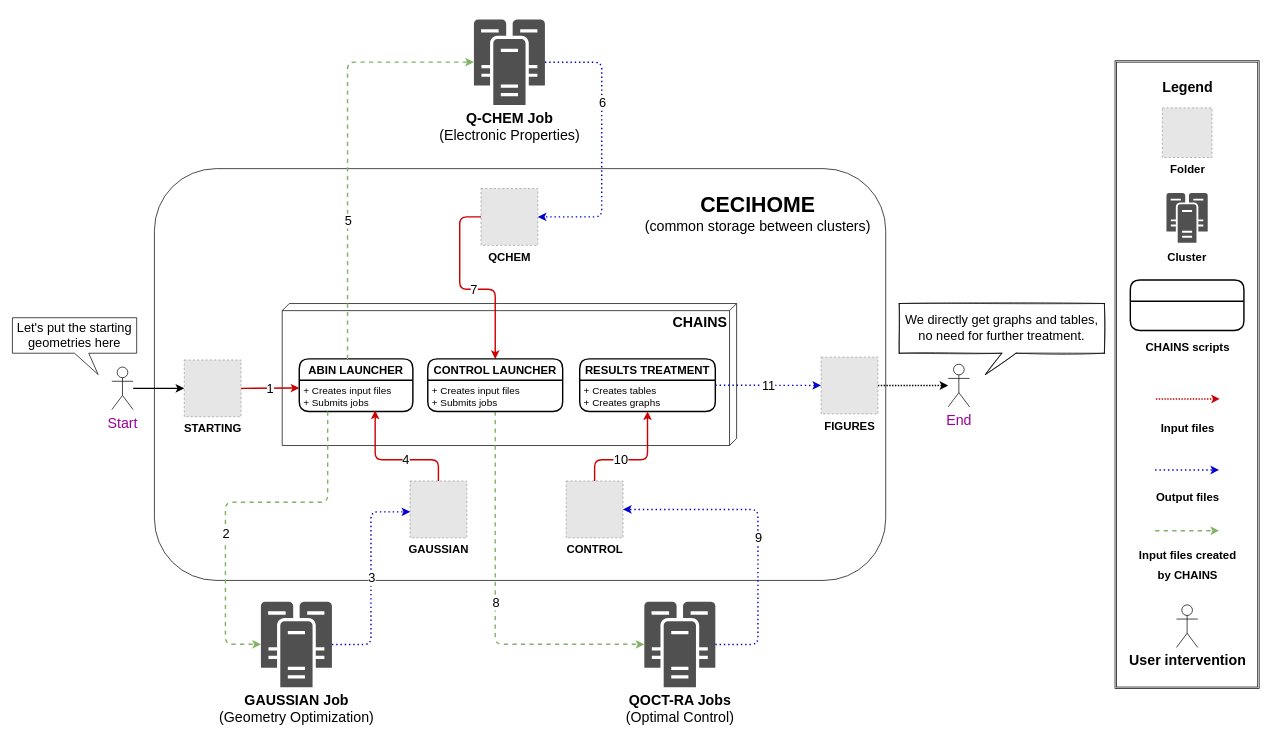
The draw.io diagram docs/source/figures/workflow.drawio in niacobel/CHAINS, before the edit. Source tidied: cells renumbered, new cells numbered last; positions are measured from the earlier drawing's top-left corner, leaving out a move shared by most shapes. Both pictures are drawn from the tidied source at 71%, with x=0, y=0 at pixel (12, 19). Pictures stored in the file or linked from it are replaced by grey dashed boxes.
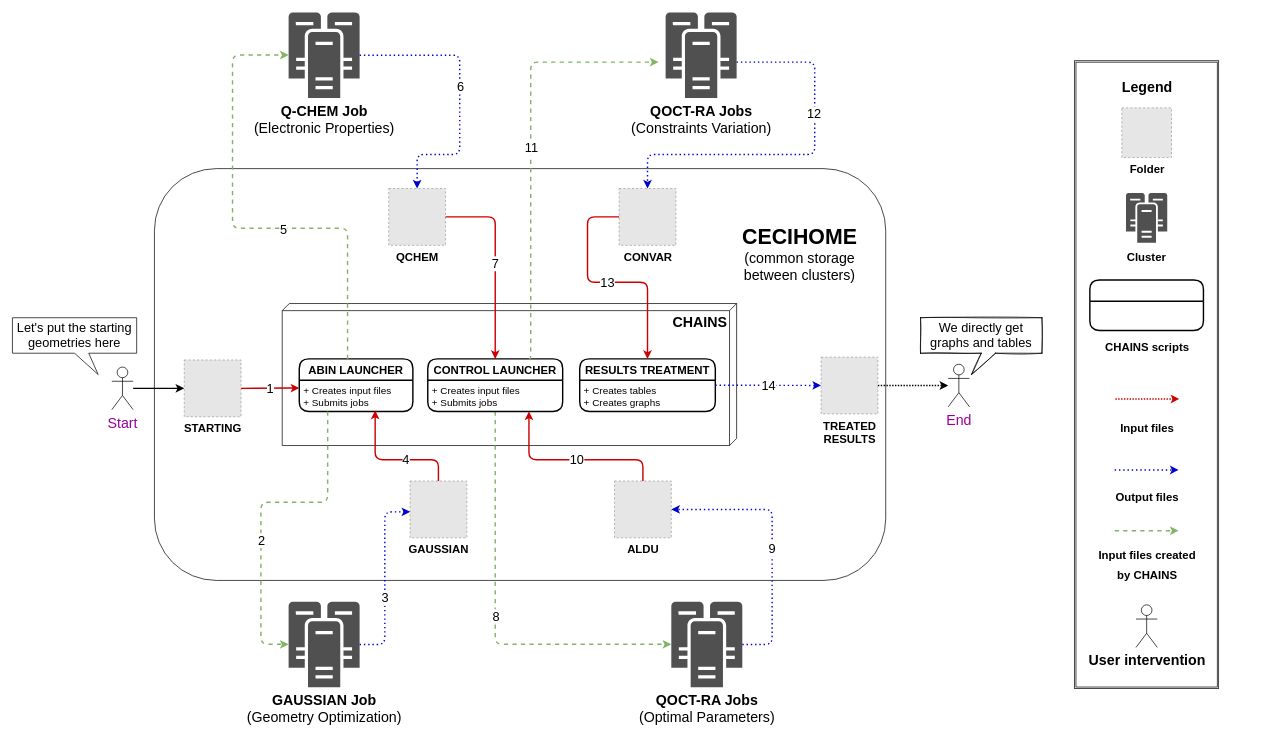
Above is the later version.

Commit message (it also covers changes not shown here):
Updated workflow diagram

The change refers to these unchanged cells:
```xml
<mxCell id="15" value="ABIN LAUNCHER" style="swimlane;horizontal=1;startSize=30;fontSize=16;fontStyle=1;strokeWidth=2;shadow=0;dashed=0;align=center;rounded=1;" parent="1" vertex="1">
  <mxGeometry x="404" y="478" width="160" height="74" as="geometry" />
</mxCell>
<mxCell id="16" value="+ Creates input files&#10;+ Submits jobs" style="align=left;strokeColor=none;fillColor=none;spacingLeft=4;fontSize=14;verticalAlign=top;rounded=1;" parent="15" vertex="1">
  <mxGeometry y="30" width="160" height="44" as="geometry" />
</mxCell>
<mxCell id="17" value="RESULTS TREATMENT" style="swimlane;horizontal=1;startSize=30;fontSize=16;fontStyle=1;strokeWidth=2;shadow=0;dashed=0;align=center;rounded=1;" parent="1" vertex="1">
  <mxGeometry x="799" y="478" width="191" height="74" as="geometry" />
</mxCell>
<mxCell id="18" value="+ Creates tables&#10;+ Creates graphs" style="align=left;strokeColor=none;fillColor=none;spacingLeft=4;fontSize=14;verticalAlign=top;rounded=1;" parent="17" vertex="1">
  <mxGeometry y="30" width="191" height="44" as="geometry" />
</mxCell>
<mxCell id="24" style="endArrow=classic;html=1;fontSize=20;jumpStyle=none;entryX=0.003;entryY=0.543;entryDx=0;entryDy=0;entryPerimeter=0;edgeStyle=orthogonalEdgeStyle;strokeColor=#0000CC;dashed=1;dashPattern=1 2;strokeWidth=2;" parent="1" edge="1" source="9" target="5">
  <mxGeometry relative="1" as="geometry" />
</mxCell>
<mxCell id="36" style="endArrow=classic;html=1;fontSize=20;exitX=1;exitY=0.5;exitDx=0;exitDy=0;strokeColor=#0000CC;dashed=1;dashPattern=1 2;strokeWidth=2;" parent="1" edge="1" source="17" target="8">
  <mxGeometry relative="1" as="geometry" />
</mxCell>
<mxCell id="41" value="CONTROL LAUNCHER" style="swimlane;horizontal=1;startSize=30;fontSize=16;fontStyle=1;strokeWidth=2;shadow=0;dashed=0;align=center;rounded=1;" parent="1" vertex="1">
  <mxGeometry x="585" y="478" width="190" height="74" as="geometry" />
</mxCell>
```

Change to the diagram source:
```diff
@@
     <mxCell id="6" value="QCHEM" style="fillColor=#E6E6E6;strokeColor=#999999;dashed=1;html=1;verticalAlign=top;verticalLabelPosition=bottom;labelBackgroundColor=#ffffff;fontSize=16;fontStyle=1;" parent="1" vertex="1">
-      <mxGeometry x="660" y="238" width="80" height="80" as="geometry" />
+      <mxGeometry x="530" y="238" width="80" height="80" as="geometry" />
     </mxCell>
-    <mxCell id="7" value="&lt;div&gt;CONTROL&lt;/div&gt;" style="fillColor=#E6E6E6;strokeColor=#999999;dashed=1;html=1;verticalAlign=top;verticalLabelPosition=bottom;labelBackgroundColor=#ffffff;fontSize=16;fontStyle=1;" parent="1" vertex="1">
-      <mxGeometry x="780" y="650" width="80" height="80" as="geometry" />
+    <mxCell id="7" value="ALDU" style="fillColor=#E6E6E6;strokeColor=#999999;dashed=1;html=1;verticalAlign=top;verticalLabelPosition=bottom;labelBackgroundColor=#ffffff;fontSize=16;fontStyle=1;" parent="1" vertex="1">
+      <mxGeometry x="848" y="650" width="80" height="80" as="geometry" />
     </mxCell>
-    <mxCell id="8" value="FIGURES" style="fillColor=#E6E6E6;strokeColor=#999999;dashed=1;html=1;verticalAlign=top;verticalLabelPosition=bottom;labelBackgroundColor=#ffffff;fontSize=16;fontStyle=1;" parent="1" vertex="1">
+    <mxCell id="8" value="TREATED&lt;br&gt;RESULTS" style="fillColor=#E6E6E6;strokeColor=#999999;dashed=1;html=1;verticalAlign=top;verticalLabelPosition=bottom;labelBackgroundColor=#ffffff;fontSize=16;fontStyle=1;" parent="1" vertex="1">
       <mxGeometry x="1139" y="475.5" width="80" height="80" as="geometry" />
     </mxCell>
     <mxCell id="9" value="&lt;b&gt;GAUSSIAN Job&lt;/b&gt; &lt;br&gt;(Geometry Optimization)" style="shadow=0;dashed=0;html=1;strokeColor=none;fillColor=#505050;labelPosition=center;verticalLabelPosition=bottom;verticalAlign=top;outlineConnect=0;align=center;shape=mxgraph.office.servers.cluster_server;fontSize=20;rounded=1;" parent="1" vertex="1">
-      <mxGeometry x="350" y="820" width="100" height="120.4" as="geometry" />
+      <mxGeometry x="389" y="820" width="100" height="120.4" as="geometry" />
     </mxCell>
     <mxCell id="10" value="&lt;b&gt;Q-CHEM Job&lt;/b&gt; &lt;br&gt;&lt;div&gt;(Electronic Properties)&lt;/div&gt;" style="shadow=0;dashed=0;html=1;strokeColor=none;fillColor=#505050;labelPosition=center;verticalLabelPosition=bottom;verticalAlign=top;outlineConnect=0;align=center;shape=mxgraph.office.servers.cluster_server;fontSize=20;rounded=1;" parent="1" vertex="1">
-      <mxGeometry x="650" width="100" height="120.4" as="geometry" />
+      <mxGeometry x="389" y="-10" width="100" height="120.4" as="geometry" />
     </mxCell>
-    <mxCell id="11" value="&lt;b&gt;QOCT-RA Jobs&lt;/b&gt; &lt;br&gt;(Optimal Control)" style="shadow=0;dashed=0;html=1;strokeColor=none;fillColor=#505050;labelPosition=center;verticalLabelPosition=bottom;verticalAlign=top;outlineConnect=0;align=center;shape=mxgraph.office.servers.cluster_server;fontSize=20;rounded=1;" parent="1" vertex="1">
-      <mxGeometry x="890" y="820" width="100" height="120.4" as="geometry" />
+    <mxCell id="11" value="&lt;b&gt;QOCT-RA Jobs&lt;/b&gt; &lt;br&gt;(Optimal Parameters)" style="shadow=0;dashed=0;html=1;strokeColor=none;fillColor=#505050;labelPosition=center;verticalLabelPosition=bottom;verticalAlign=top;outlineConnect=0;align=center;shape=mxgraph.office.servers.cluster_server;fontSize=20;rounded=1;" parent="1" vertex="1">
+      <mxGeometry x="928" y="820" width="100" height="120.4" as="geometry" />
     </mxCell>
-    <mxCell id="12" value="&lt;font style=&quot;font-size: 30px&quot;&gt;&lt;b&gt;CECIHOME&lt;/b&gt;&lt;/font&gt;&lt;br&gt;(common storage between clusters)" style="text;html=1;strokeColor=none;fillColor=none;align=center;verticalAlign=middle;whiteSpace=wrap;fontSize=20;rounded=1;" parent="1" vertex="1">
-      <mxGeometry x="870" y="238" width="360" height="70" as="geometry" />
+    <mxCell id="12" value="&lt;font style=&quot;font-size: 30px&quot;&gt;&lt;b&gt;CECIHOME&lt;/b&gt;&lt;/font&gt;&lt;br&gt;&lt;div&gt;(common storage &lt;br&gt;&lt;/div&gt;&lt;div&gt;between clusters)&lt;/div&gt;" style="text;html=1;strokeColor=none;fillColor=none;align=center;verticalAlign=middle;whiteSpace=wrap;fontSize=20;rounded=1;" parent="1" vertex="1">
+      <mxGeometry x="999" y="270" width="220" height="118" as="geometry" />
     </mxCell>
@@
     <mxCell id="22" style="endArrow=classic;html=1;fontSize=20;jumpStyle=none;edgeStyle=orthogonalEdgeStyle;strokeColor=#82b366;dashed=1;exitX=0.25;exitY=1;exitDx=0;exitDy=0;fillColor=#d5e8d4;strokeWidth=2;" parent="1" edge="1" source="16" target="9">
       <mxGeometry relative="1" as="geometry">
         <Array as="points">
           <mxPoint x="444" y="680" />
-          <mxPoint x="300" y="680" />
-          <mxPoint x="300" y="880" />
+          <mxPoint x="350" y="680" />
+          <mxPoint x="350" y="880" />
         </Array>
       </mxGeometry>
     </mxCell>
     <mxCell id="23" value="2" style="edgeLabel;html=1;align=center;verticalAlign=middle;fontSize=18;rounded=1;" parent="22" vertex="1">
       <mxGeometry relative="1" as="geometry">
-        <mxPoint x="-11" y="44" as="offset" />
+        <mxPoint y="44" as="offset" />
       </mxGeometry>
     </mxCell>
@@
     <mxCell id="25" value="3" style="edgeLabel;html=1;align=center;verticalAlign=middle;fontSize=18;rounded=1;" parent="24" vertex="1">
-      <mxGeometry relative="1" as="geometry" />
+      <mxGeometry relative="1" as="geometry">
+        <mxPoint y="28" as="offset" />
+      </mxGeometry>
     </mxCell>
@@
-    <mxCell id="28" style="endArrow=classic;html=1;fontSize=20;entryX=0.5;entryY=0;entryDx=0;entryDy=0;exitX=0;exitY=0.5;exitDx=0;exitDy=0;edgeStyle=orthogonalEdgeStyle;strokeColor=#CC0000;strokeWidth=2;" parent="1" edge="1" source="6" target="41">
+    <mxCell id="28" style="endArrow=classic;html=1;fontSize=20;entryX=0.5;entryY=0;entryDx=0;entryDy=0;edgeStyle=orthogonalEdgeStyle;strokeColor=#CC0000;strokeWidth=2;" parent="1" edge="1" target="41">
       <mxGeometry relative="1" as="geometry">
+        <mxPoint x="610" y="278" as="sourcePoint" />
         <Array as="points">
-          <mxPoint x="630" y="278" />
-          <mxPoint x="630" y="380" />
-          <mxPoint x="680" y="380" />
+          <mxPoint x="680" y="278" />
         </Array>
       </mxGeometry>
     </mxCell>
     <mxCell id="29" value="7" style="edgeLabel;html=1;align=center;verticalAlign=middle;fontSize=18;rounded=1;" parent="28" vertex="1">
       <mxGeometry relative="1" as="geometry">
-        <mxPoint x="11" as="offset" />
+        <mxPoint x="-1" as="offset" />
       </mxGeometry>
     </mxCell>
@@
     <mxCell id="32" style="endArrow=classic;html=1;fontSize=20;entryX=1;entryY=0.5;entryDx=0;entryDy=0;edgeStyle=orthogonalEdgeStyle;strokeColor=#0000CC;dashed=1;dashPattern=1 2;strokeWidth=2;" parent="1" edge="1" source="11" target="7">
       <mxGeometry relative="1" as="geometry">
         <Array as="points">
-          <mxPoint x="1050" y="880" />
-          <mxPoint x="1050" y="690" />
+          <mxPoint x="1070" y="880" />
+          <mxPoint x="1070" y="690" />
         </Array>
       </mxGeometry>
     </mxCell>
     <mxCell id="33" value="9" style="edgeLabel;html=1;align=center;verticalAlign=middle;fontSize=18;rounded=1;" parent="32" vertex="1">
       <mxGeometry relative="1" as="geometry">
-        <mxPoint y="9.8" as="offset" />
+        <mxPoint x="-1" y="10" as="offset" />
       </mxGeometry>
     </mxCell>
-    <mxCell id="34" style="endArrow=classic;html=1;fontSize=20;jumpStyle=none;edgeStyle=orthogonalEdgeStyle;strokeColor=#CC0000;entryX=0.5;entryY=1;entryDx=0;entryDy=0;strokeWidth=2;" parent="1" edge="1" source="7" target="18">
+    <mxCell id="34" style="endArrow=classic;html=1;fontSize=20;jumpStyle=none;edgeStyle=orthogonalEdgeStyle;strokeColor=#CC0000;strokeWidth=2;entryX=0.75;entryY=1;entryDx=0;entryDy=0;" parent="1" edge="1" source="7" target="41">
       <mxGeometry relative="1" as="geometry">
         <Array as="points">
           <mxPoint x="820" y="620" />
-          <mxPoint x="895" y="620" />
+          <mxPoint x="728" y="620" />
+          <mxPoint x="728" y="590" />
         </Array>
       </mxGeometry>
     </mxCell>
     <mxCell id="35" value="10" style="edgeLabel;html=1;align=center;verticalAlign=middle;fontSize=18;rounded=1;" parent="34" vertex="1">
       <mxGeometry relative="1" as="geometry">
-        <mxPoint x="-20" as="offset" />
+        <mxPoint x="5" as="offset" />
       </mxGeometry>
     </mxCell>
@@
-    <mxCell id="37" value="11" style="edgeLabel;html=1;align=center;verticalAlign=middle;fontSize=18;rounded=1;" parent="36" vertex="1">
+    <mxCell id="37" value="14" style="edgeLabel;html=1;align=center;verticalAlign=middle;fontSize=18;rounded=1;" parent="36" vertex="1">
       <mxGeometry relative="1" as="geometry" />
     </mxCell>
@@
     <mxCell id="39" style="endArrow=classic;html=1;fontSize=20;jumpStyle=none;exitX=0.425;exitY=0;exitDx=0;exitDy=0;edgeStyle=orthogonalEdgeStyle;strokeColor=#82b366;dashed=1;exitPerimeter=0;fillColor=#d5e8d4;strokeWidth=2;" parent="1" edge="1" source="15" target="10">
       <mxGeometry relative="1" as="geometry">
         <Array as="points">
-          <mxPoint x="472" y="60" />
+          <mxPoint x="472" y="294" />
+          <mxPoint x="310" y="294" />
+          <mxPoint x="310" y="50" />
         </Array>
       </mxGeometry>
     </mxCell>
     <mxCell id="40" value="5" style="edgeLabel;html=1;align=center;verticalAlign=middle;fontSize=18;rounded=1;" parent="39" vertex="1">
       <mxGeometry relative="1" as="geometry">
-        <mxPoint y="103" as="offset" />
+        <mxPoint x="60" y="2" as="offset" />
       </mxGeometry>
     </mxCell>
@@
-    <mxCell id="44" value="We directly get graphs and tables, no need for further treatment." style="shape=callout;whiteSpace=wrap;html=1;perimeter=calloutPerimeter;fontSize=18;align=center;position2=0.42;sketch=1;" parent="1" vertex="1">
-      <mxGeometry x="1249" y="400" width="289" height="100" as="geometry" />
+    <mxCell id="44" value="We directly get graphs and tables" style="shape=callout;whiteSpace=wrap;html=1;perimeter=calloutPerimeter;fontSize=18;align=center;position2=0.42;sketch=1;" parent="1" vertex="1">
+      <mxGeometry x="1279" y="420" width="171" height="80" as="geometry" />
     </mxCell>
-    <mxCell id="45" style="endArrow=classic;html=1;fontSize=20;edgeStyle=orthogonalEdgeStyle;entryX=1;entryY=0.5;entryDx=0;entryDy=0;strokeColor=#0000CC;dashed=1;dashPattern=1 2;strokeWidth=2;" parent="1" edge="1" source="10" target="6">
+    <mxCell id="45" style="endArrow=classic;html=1;fontSize=20;edgeStyle=orthogonalEdgeStyle;entryX=0.5;entryY=0;entryDx=0;entryDy=0;strokeColor=#0000CC;dashed=1;dashPattern=1 2;strokeWidth=2;" parent="1" edge="1" source="10" target="6">
       <mxGeometry relative="1" as="geometry">
         <Array as="points">
-          <mxPoint x="830" y="60" />
-          <mxPoint x="830" y="278" />
+          <mxPoint x="630" y="50" />
+          <mxPoint x="630" y="190" />
+          <mxPoint x="570" y="190" />
         </Array>
       </mxGeometry>
     </mxCell>
     <mxCell id="46" value="6" style="edgeLabel;html=1;align=center;verticalAlign=middle;fontSize=18;rounded=1;" parent="45" vertex="1">
       <mxGeometry relative="1" as="geometry">
-        <mxPoint y="-57.2" as="offset" />
+        <mxPoint y="-9" as="offset" />
       </mxGeometry>
     </mxCell>
     <mxCell id="47" style="group;" parent="1" vertex="1">
-      <mxGeometry x="1553" y="58" width="203" height="884.1" as="geometry" />
+      <mxGeometry x="1496" y="58" width="203" height="884.1" as="geometry" />
     </mxCell>
@@
+    <mxCell id="62" value="CONVAR" style="fillColor=#E6E6E6;strokeColor=#999999;dashed=1;html=1;verticalAlign=top;verticalLabelPosition=bottom;labelBackgroundColor=#ffffff;fontSize=16;fontStyle=1;" parent="1" vertex="1">
+      <mxGeometry x="854.5" y="238" width="80" height="80" as="geometry" />
+    </mxCell>
+    <mxCell id="63" value="&lt;b&gt;QOCT-RA Jobs&lt;/b&gt; &lt;br&gt;(Constraints Variation)" style="shadow=0;dashed=0;html=1;strokeColor=none;fillColor=#505050;labelPosition=center;verticalLabelPosition=bottom;verticalAlign=top;outlineConnect=0;align=center;shape=mxgraph.office.servers.cluster_server;fontSize=20;rounded=1;" parent="1" vertex="1">
+      <mxGeometry x="920" y="-10" width="100" height="120.4" as="geometry" />
+    </mxCell>
+    <mxCell id="64" style="endArrow=classic;html=1;fontSize=20;edgeStyle=orthogonalEdgeStyle;entryX=0.5;entryY=0;entryDx=0;entryDy=0;strokeColor=#0000CC;dashed=1;dashPattern=1 2;strokeWidth=2;" parent="1" edge="1" source="63" target="62">
+      <mxGeometry relative="1" as="geometry">
+        <Array as="points">
+          <mxPoint x="1130" y="60" />
+          <mxPoint x="1130" y="190" />
+          <mxPoint x="895" y="190" />
+        </Array>
+      </mxGeometry>
+    </mxCell>
+    <mxCell id="65" value="&lt;div&gt;12&lt;/div&gt;" style="edgeLabel;html=1;align=center;verticalAlign=middle;fontSize=18;rounded=1;" parent="64" vertex="1">
+      <mxGeometry relative="1" as="geometry">
+        <mxPoint x="20" y="-58" as="offset" />
+      </mxGeometry>
+    </mxCell>
+    <mxCell id="66" style="endArrow=classic;html=1;fontSize=20;exitX=0.75;exitY=0;exitDx=0;exitDy=0;edgeStyle=orthogonalEdgeStyle;strokeColor=#82b366;dashed=1;fillColor=#d5e8d4;strokeWidth=2;entryX=-0.1;entryY=0.581;entryDx=0;entryDy=0;entryPerimeter=0;" parent="1" edge="1" source="41" target="63">
+      <mxGeometry relative="1" as="geometry">
+        <Array as="points">
+          <mxPoint x="730" y="478" />
+          <mxPoint x="730" y="60" />
+        </Array>
+      </mxGeometry>
+    </mxCell>
+    <mxCell id="67" value="11" style="edgeLabel;html=1;align=center;verticalAlign=middle;fontSize=18;rounded=1;" parent="66" vertex="1">
+      <mxGeometry relative="1" as="geometry" />
+    </mxCell>
+    <mxCell id="68" style="endArrow=classic;html=1;fontSize=20;entryX=0.5;entryY=0;entryDx=0;entryDy=0;edgeStyle=orthogonalEdgeStyle;strokeColor=#CC0000;strokeWidth=2;exitX=0;exitY=0.5;exitDx=0;exitDy=0;" parent="1" edge="1" source="62" target="17">
+      <mxGeometry relative="1" as="geometry">
+        <Array as="points">
+          <mxPoint x="810" y="278" />
+          <mxPoint x="810" y="370" />
+          <mxPoint x="895" y="370" />
+        </Array>
+      </mxGeometry>
+    </mxCell>
+    <mxCell id="69" value="13" style="edgeLabel;html=1;align=center;verticalAlign=middle;fontSize=18;rounded=1;" parent="68" vertex="1">
+      <mxGeometry relative="1" as="geometry">
+        <mxPoint x="-1" as="offset" />
+      </mxGeometry>
+    </mxCell>
```
